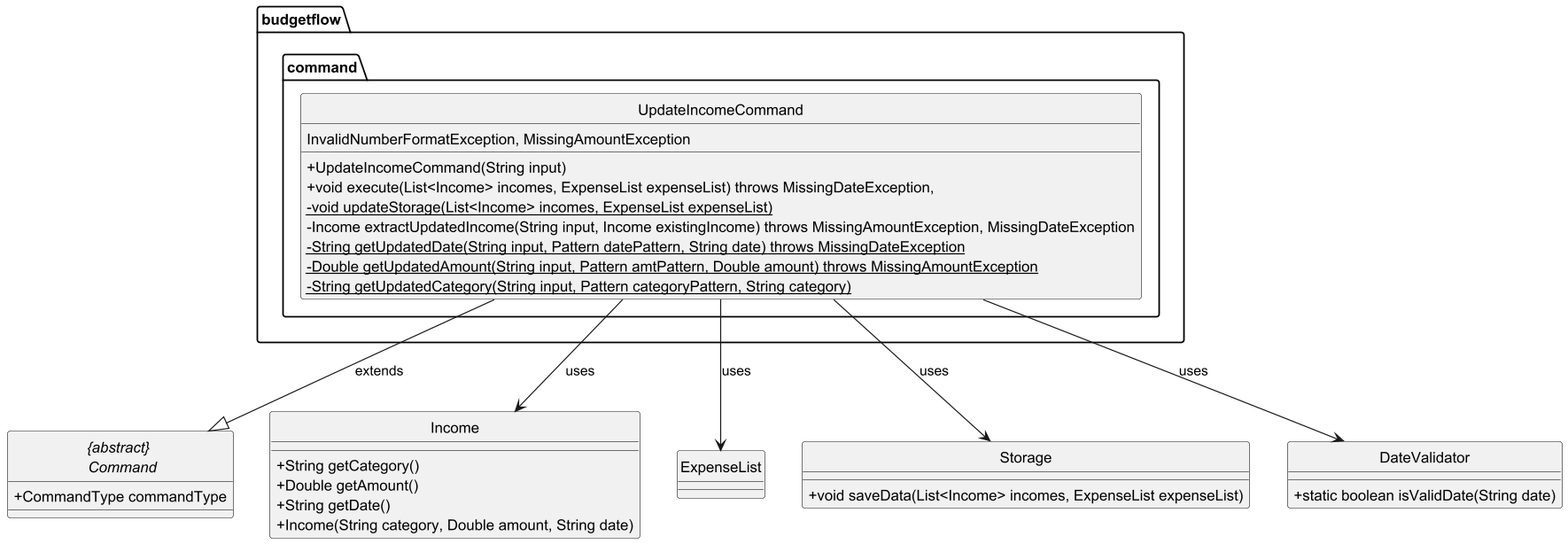
This is docs/diagrams/UpdateIncomeCommandClass.png from thienkimtranhoang/tp, a PlantUML export, as it was before one commit.
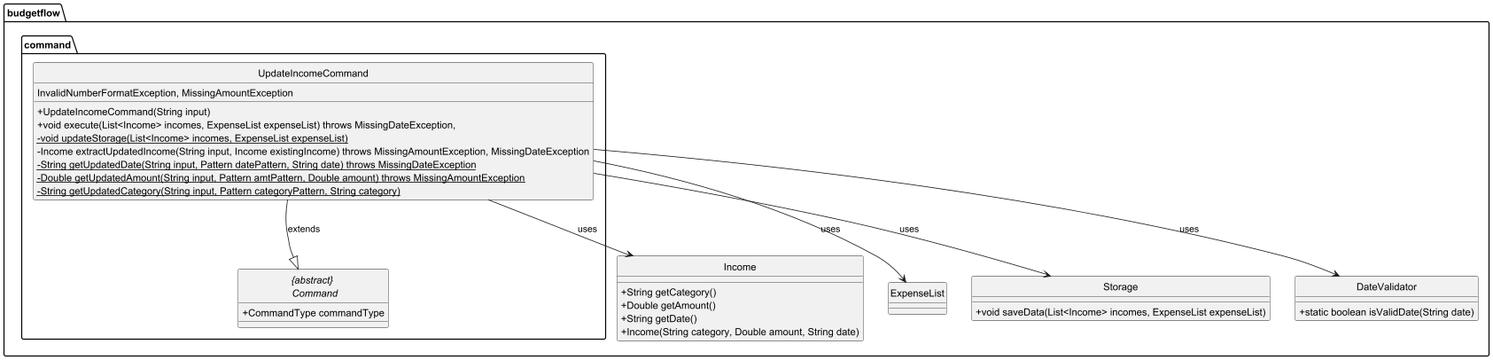
The same diagram one commit later.

What changed in the source:
```diff
@@ -3,40 +3,42 @@
 hide circle
 skinparam classAttributeIconSize 0
 
+package budgetflow{
+    package "budgetflow.command" {
+        class UpdateIncomeCommand {
 
-package "budgetflow.command" {
-    class UpdateIncomeCommand {
+            + UpdateIncomeCommand(String input)
+            + void execute(List<Income> incomes, ExpenseList expenseList) throws MissingDateException,
+             InvalidNumberFormatException, MissingAmountException
+            - {static} void updateStorage(List<Income> incomes, ExpenseList expenseList)
+            - Income extractUpdatedIncome(String input, Income existingIncome) throws MissingAmountException, MissingDateException
+            - {static} String getUpdatedDate(String input, Pattern datePattern, String date) throws MissingDateException
+            - {static} Double getUpdatedAmount(String input, Pattern amtPattern, Double amount) throws MissingAmountException
+            - {static} String getUpdatedCategory(String input, Pattern categoryPattern, String category)
+        }
+        abstract class "{abstract} \n Command" {
+            + CommandType commandType
+        }
+    }
 
-        + UpdateIncomeCommand(String input)
-        + void execute(List<Income> incomes, ExpenseList expenseList) throws MissingDateException,
-         InvalidNumberFormatException, MissingAmountException
-        - {static} void updateStorage(List<Income> incomes, ExpenseList expenseList)
-        - Income extractUpdatedIncome(String input, Income existingIncome) throws MissingAmountException, MissingDateException
-        - {static} String getUpdatedDate(String input, Pattern datePattern, String date) throws MissingDateException
-        - {static} Double getUpdatedAmount(String input, Pattern amtPattern, Double amount) throws MissingAmountException
-        - {static} String getUpdatedCategory(String input, Pattern categoryPattern, String category)
+
+
+    class Income {
+        + String getCategory()
+        + Double getAmount()
+        + String getDate()
+        + Income(String category, Double amount, String date)
     }
-}
 
-abstract class "{abstract} \n Command" {
-    + CommandType commandType
-}
+    class ExpenseList {}
 
-class Income {
-    + String getCategory()
-    + Double getAmount()
-    + String getDate()
-    + Income(String category, Double amount, String date)
-}
+    class Storage {
+        + void saveData(List<Income> incomes, ExpenseList expenseList)
+    }
 
-class ExpenseList {}
-
-class Storage {
-    + void saveData(List<Income> incomes, ExpenseList expenseList)
-}
-
-class DateValidator {
-    + static boolean isValidDate(String date)
+    class DateValidator {
+        + static boolean isValidDate(String date)
+    }
 }
 
 UpdateIncomeCommand --|> "{abstract} \n Command" : extends
```
